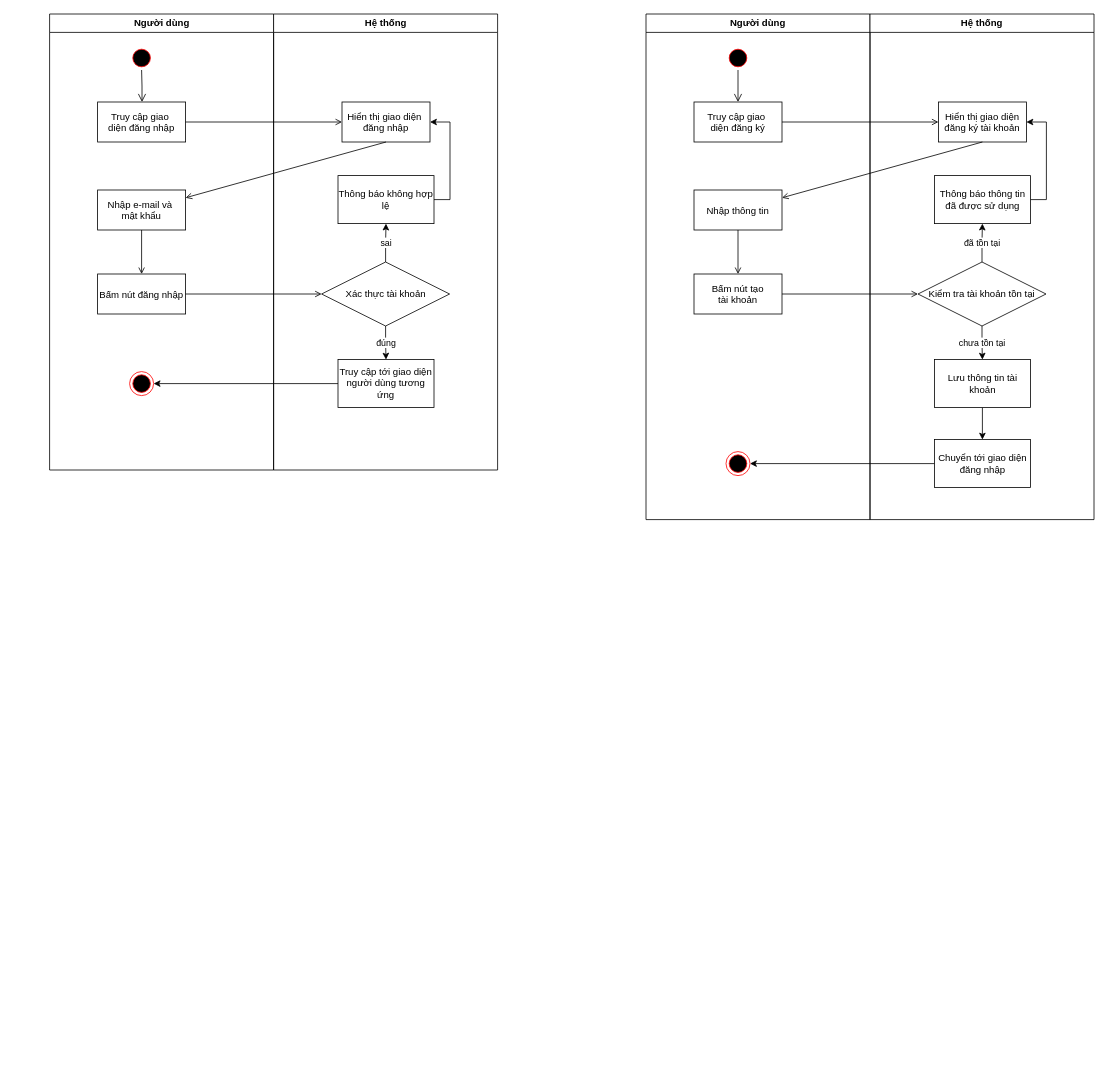
Above: Activity Diagram.drawio in minhtienth15/mynote (draw.io), before the change. Source tidied: cells renumbered, new cells numbered last; positions are measured from the earlier drawing's top-left corner, leaving out a move shared by most shapes. Both pictures are drawn from the tidied source at 80%, with x=0, y=0 at pixel (49, 14).
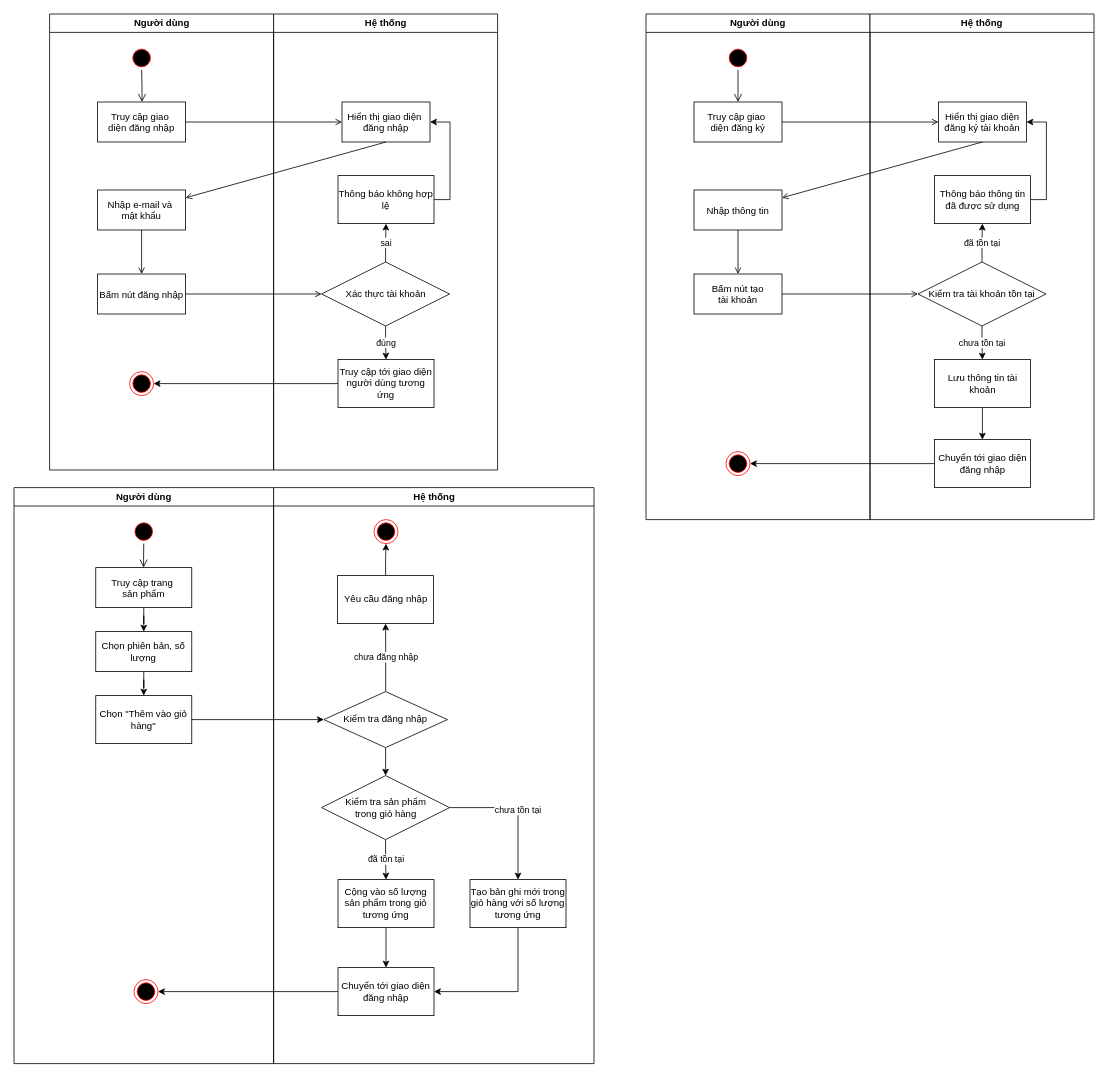
The same diagram, later.

Commit message:
Cập nhật Activity Diagram.drawio

Change to the diagram source:
```diff
@@
+    <mxCell id="44" value="Người dùng" style="swimlane;whiteSpace=wrap;" parent="1" vertex="1">
+      <mxGeometry x="-44" y="592" width="324.5" height="720" as="geometry" />
+    </mxCell>
+    <mxCell id="45" style="ellipse;shape=startState;fillColor=#000000;strokeColor=#ff0000;" parent="44" vertex="1">
+      <mxGeometry x="147.2" y="40" width="30" height="30" as="geometry" />
+    </mxCell>
+    <mxCell id="46" style="edgeStyle=elbowEdgeStyle;elbow=horizontal;verticalAlign=bottom;endArrow=open;endSize=8;strokeColor=#000000;endFill=1;rounded=0;" parent="44" edge="1" source="45" target="48">
+      <mxGeometry x="100" y="40" as="geometry" />
+    </mxCell>
+    <mxCell id="47" style="edgeStyle=orthogonalEdgeStyle;rounded=0;jettySize=auto;html=1;" parent="44" edge="1" source="48" target="50">
+      <mxGeometry relative="1" as="geometry" />
+    </mxCell>
+    <mxCell id="48" value="Truy cập trang &#10;sản phẩm" parent="44" vertex="1">
+      <mxGeometry x="102.2" y="100" width="120" height="50" as="geometry" />
+    </mxCell>
+    <mxCell id="49" style="edgeStyle=orthogonalEdgeStyle;rounded=0;jettySize=auto;html=1;" parent="44" edge="1" source="50" target="51">
+      <mxGeometry relative="1" as="geometry" />
+    </mxCell>
+    <mxCell id="50" value="Chọn phiên bản, số lượng" style="whiteSpace=wrap;html=1;" parent="44" vertex="1">
+      <mxGeometry x="102.2" y="180" width="120" height="50" as="geometry" />
+    </mxCell>
+    <mxCell id="51" value="Chọn &quot;Thêm vào giỏ hàng&quot;" style="whiteSpace=wrap;html=1;" parent="44" vertex="1">
+      <mxGeometry x="102.2" y="260" width="120" height="60" as="geometry" />
+    </mxCell>
+    <mxCell id="52" style="ellipse;html=1;shape=endState;fillColor=#000000;strokeColor=#ff0000;" parent="44" vertex="1">
+      <mxGeometry x="150" y="615" width="30" height="30" as="geometry" />
+    </mxCell>
+    <mxCell id="53" value="Hệ thống" style="swimlane;whiteSpace=wrap;" parent="1" vertex="1">
+      <mxGeometry x="280.5" y="592" width="400.5" height="720" as="geometry" />
+    </mxCell>
+    <mxCell id="54" value="đã tồn tại" style="edgeStyle=orthogonalEdgeStyle;rounded=0;jettySize=auto;html=1;" parent="53" edge="1" source="55" target="58">
+      <mxGeometry relative="1" as="geometry" />
+    </mxCell>
+    <mxCell id="55" value="Kiểm tra sản phẩm&lt;br&gt;trong giỏ hàng" style="rhombus;whiteSpace=wrap;html=1;" parent="53" vertex="1">
+      <mxGeometry x="60" y="360" width="160" height="80" as="geometry" />
+    </mxCell>
+    <mxCell id="56" style="edgeStyle=orthogonalEdgeStyle;rounded=0;jettySize=auto;html=1;" parent="53" edge="1" source="58" target="59">
+      <mxGeometry relative="1" as="geometry" />
+    </mxCell>
+    <mxCell id="57" value="chưa tồn tại" style="edgeStyle=orthogonalEdgeStyle;rounded=0;jettySize=auto;html=1;exitX=1;exitY=0.5;exitDx=0;exitDy=0;" parent="53" edge="1" source="55" target="67">
+      <mxGeometry relative="1" as="geometry" />
+    </mxCell>
+    <mxCell id="58" value="Cộng vào số lượng sản phẩm trong giỏ tương ứng" style="whiteSpace=wrap;html=1;" parent="53" vertex="1">
+      <mxGeometry x="80.5" y="490" width="120" height="60" as="geometry" />
+    </mxCell>
+    <mxCell id="59" value="Chuyển tới giao diện đăng nhập" style="whiteSpace=wrap;html=1;" parent="53" vertex="1">
+      <mxGeometry x="80.5" y="600" width="120" height="60" as="geometry" />
+    </mxCell>
+    <mxCell id="60" value="chưa đăng nhập" style="edgeStyle=orthogonalEdgeStyle;rounded=0;jettySize=auto;html=1;" parent="53" edge="1" source="62" target="64">
+      <mxGeometry relative="1" as="geometry" />
+    </mxCell>
+    <mxCell id="61" style="edgeStyle=orthogonalEdgeStyle;rounded=0;jettySize=auto;html=1;exitX=0.5;exitY=1;exitDx=0;exitDy=0;entryX=0.5;entryY=0;entryDx=0;entryDy=0;" parent="53" edge="1" source="62" target="55">
+      <mxGeometry relative="1" as="geometry" />
+    </mxCell>
+    <mxCell id="62" value="Kiểm tra đăng nhập" style="rhombus;whiteSpace=wrap;html=1;" parent="53" vertex="1">
+      <mxGeometry x="62.8" y="255" width="154.5" height="70" as="geometry" />
+    </mxCell>
+    <mxCell id="63" style="edgeStyle=orthogonalEdgeStyle;rounded=0;jettySize=auto;html=1;exitX=0.5;exitY=0;exitDx=0;exitDy=0;entryX=0.5;entryY=1;entryDx=0;entryDy=0;" parent="53" edge="1" source="64" target="65">
+      <mxGeometry relative="1" as="geometry" />
+    </mxCell>
+    <mxCell id="64" value="Yêu cầu đăng nhập" style="whiteSpace=wrap;html=1;" parent="53" vertex="1">
+      <mxGeometry x="80" y="110" width="120" height="60" as="geometry" />
+    </mxCell>
+    <mxCell id="65" style="ellipse;html=1;shape=endState;fillColor=#000000;strokeColor=#ff0000;" parent="53" vertex="1">
+      <mxGeometry x="125.5" y="40" width="30" height="30" as="geometry" />
+    </mxCell>
+    <mxCell id="66" style="edgeStyle=orthogonalEdgeStyle;rounded=0;jettySize=auto;html=1;exitX=0.5;exitY=1;exitDx=0;exitDy=0;entryX=1;entryY=0.5;entryDx=0;entryDy=0;" parent="53" edge="1" source="67" target="59">
+      <mxGeometry relative="1" as="geometry" />
+    </mxCell>
+    <mxCell id="67" value="Tạo bản ghi mới trong giỏ hàng với số lượng tương ứng" style="whiteSpace=wrap;html=1;" parent="53" vertex="1">
+      <mxGeometry x="245.5" y="490" width="120" height="60" as="geometry" />
+    </mxCell>
+    <mxCell id="68" style="edgeStyle=orthogonalEdgeStyle;rounded=0;jettySize=auto;html=1;exitX=1;exitY=0.5;exitDx=0;exitDy=0;entryX=0;entryY=0.5;entryDx=0;entryDy=0;" parent="1" edge="1" source="51" target="62">
+      <mxGeometry relative="1" as="geometry" />
+    </mxCell>
+    <mxCell id="69" style="edgeStyle=orthogonalEdgeStyle;rounded=0;jettySize=auto;html=1;exitX=0;exitY=0.5;exitDx=0;exitDy=0;entryX=1;entryY=0.5;entryDx=0;entryDy=0;" parent="1" edge="1" source="59" target="52">
+      <mxGeometry relative="1" as="geometry" />
+    </mxCell>
```
